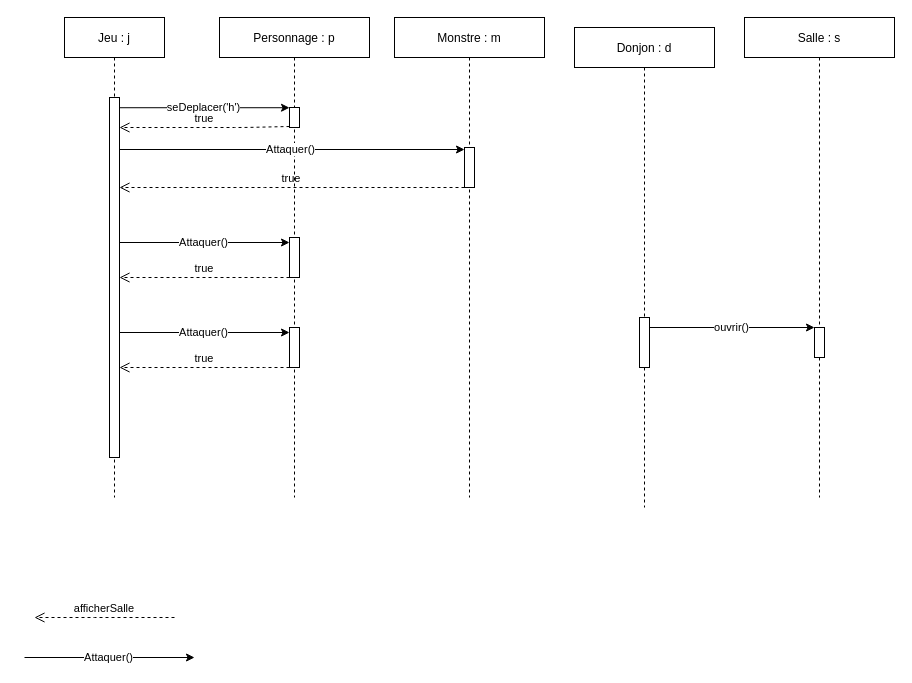
Earlier version of the draw.io diagram Diagrammes/Diagrammes de séquences/Diagramme de sequence - Scenario3.drawio (Eoloc/M1MIAGE_ProjetUML). Source tidied: cells renumbered, new cells numbered last; positions are measured from the earlier drawing's top-left corner, leaving out a move shared by most shapes. Both pictures are drawn from the tidied source at 100%, with x=0, y=0 at pixel (24, 17).
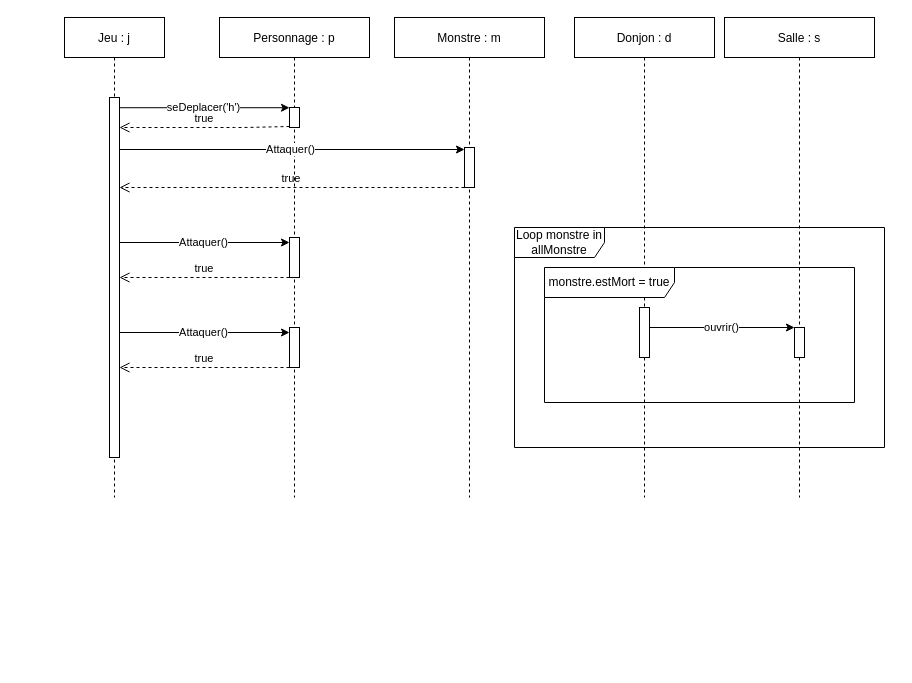
The same page after the edit.

The edit, as a diff of the source:
```diff
@@
     <mxCell id="6" value="Donjon : d" style="shape=umlLifeline;perimeter=lifelinePerimeter;rounded=0;shadow=0;strokeWidth=1;" parent="1" vertex="1">
-      <mxGeometry x="550" y="10" width="140" height="480" as="geometry" />
+      <mxGeometry x="550" width="140" height="480" as="geometry" />
     </mxCell>
@@
     <mxCell id="8" value="Salle : s" style="shape=umlLifeline;perimeter=lifelinePerimeter;rounded=0;shadow=0;strokeWidth=1;" parent="1" vertex="1">
-      <mxGeometry x="720" width="150" height="480" as="geometry" />
+      <mxGeometry x="700" width="150" height="480" as="geometry" />
     </mxCell>
@@
-    <mxCell id="14" value="afficherSalle" style="verticalAlign=bottom;endArrow=open;dashed=1;endSize=8;shadow=0;strokeWidth=1;" parent="1" edge="1">
-      <mxGeometry relative="1" as="geometry">
-        <mxPoint x="150" y="600" as="sourcePoint" />
-        <mxPoint x="10" y="600" as="targetPoint" />
-        <Array as="points">
-          <mxPoint x="80" y="600" />
-        </Array>
-      </mxGeometry>
-    </mxCell>
@@
-    <mxCell id="19" value="Attaquer()" style="endArrow=classic;html=1;entryX=0;entryY=0.125;entryDx=0;entryDy=0;entryPerimeter=0;" parent="1" edge="1">
-      <mxGeometry x="-0.01" relative="1" as="geometry">
-        <mxPoint y="640" as="sourcePoint" />
-        <mxPoint x="170" y="640" as="targetPoint" />
-      </mxGeometry>
-    </mxCell>
@@
+    <mxCell id="25" value="Loop monstre in allMonstre" style="shape=umlFrame;whiteSpace=wrap;html=1;width=90;height=30;" parent="1" vertex="1">
+      <mxGeometry x="490" y="210" width="370" height="220" as="geometry" />
+    </mxCell>
+    <mxCell id="26" value="monstre.estMort = true" style="shape=umlFrame;whiteSpace=wrap;html=1;width=130;height=30;" parent="1" vertex="1">
+      <mxGeometry x="520" y="250" width="310" height="135" as="geometry" />
+    </mxCell>
```
